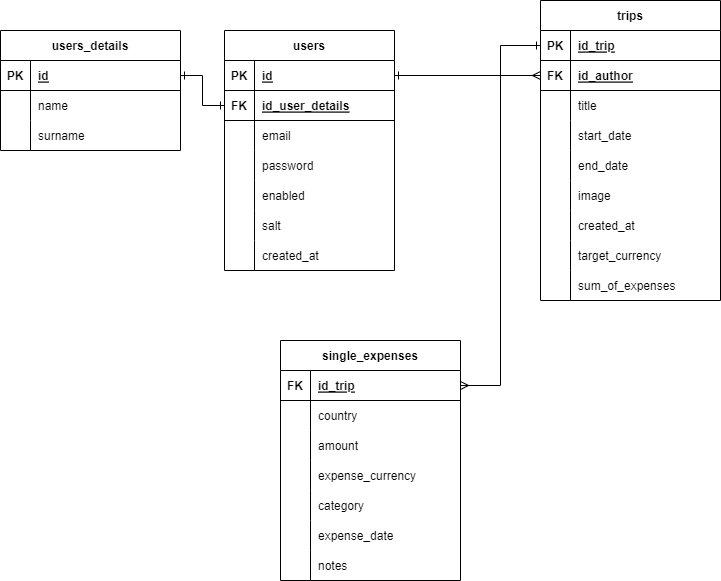
Above: tripsavvy/diagram erd.png in aleksandragoryczka/tripsavvy (draw.io), before the change. Source tidied: cells renumbered, new cells last; positions are measured from the earlier drawing's top-left corner, leaving out a move shared by most shapes. Source of this version:
```xml
<mxGraphModel>
  <root>
    <mxCell id="0" />
    <mxCell id="1" parent="0" />
    <mxCell id="2" value="users" style="shape=table;startSize=30;rowLines=0;fontStyle=1;align=center;" parent="1" vertex="1">
      <mxGeometry x="224" y="30" width="170" height="240" as="geometry" />
    </mxCell>
    <mxCell id="3" style="shape=tableRow;horizontal=0;startSize=0;swimlaneHead=0;swimlaneBody=0;fillColor=none;points=[[0,0.5],[1,0.5]];portConstraint=eastwest;top=0;left=0;right=0;bottom=1;" parent="2" vertex="1">
      <mxGeometry y="30" width="170" height="30" as="geometry" />
    </mxCell>
    <mxCell id="4" value="PK" style="shape=partialRectangle;fillColor=none;top=0;left=0;bottom=0;right=0;fontStyle=1;overflow=hidden;" parent="3" vertex="1">
      <mxGeometry width="30" height="30" as="geometry" />
    </mxCell>
    <mxCell id="5" value="id" style="shape=partialRectangle;fillColor=none;top=0;left=0;bottom=0;right=0;align=left;spacingLeft=6;fontStyle=5;overflow=hidden;" parent="3" vertex="1">
      <mxGeometry x="30" width="140" height="30" as="geometry" />
    </mxCell>
    <mxCell id="6" style="shape=tableRow;horizontal=0;startSize=0;swimlaneHead=0;swimlaneBody=0;fillColor=none;points=[[0,0.5],[1,0.5]];portConstraint=eastwest;top=0;left=0;right=0;bottom=1;" parent="2" vertex="1">
      <mxGeometry y="60" width="170" height="30" as="geometry" />
    </mxCell>
    <mxCell id="7" value="FK" style="shape=partialRectangle;fillColor=none;top=0;left=0;bottom=0;right=0;fontStyle=1;overflow=hidden;" parent="6" vertex="1">
      <mxGeometry width="30" height="30" as="geometry" />
    </mxCell>
    <mxCell id="8" value="id_user_details" style="shape=partialRectangle;fillColor=none;top=0;left=0;bottom=0;right=0;align=left;spacingLeft=6;fontStyle=5;overflow=hidden;" parent="6" vertex="1">
      <mxGeometry x="30" width="140" height="30" as="geometry" />
    </mxCell>
    <mxCell id="9" style="shape=tableRow;horizontal=0;startSize=0;swimlaneHead=0;swimlaneBody=0;fillColor=none;top=0;left=0;right=0;bottom=0;" parent="2" vertex="1">
      <mxGeometry y="90" width="170" height="30" as="geometry" />
    </mxCell>
    <mxCell id="10" style="shape=partialRectangle;fillColor=none;top=0;left=0;bottom=0;right=0;overflow=hidden;" parent="9" vertex="1">
      <mxGeometry width="30" height="30" as="geometry" />
    </mxCell>
    <mxCell id="11" value="email " style="shape=partialRectangle;fillColor=none;top=0;left=0;bottom=0;right=0;align=left;spacingLeft=6;overflow=hidden;" parent="9" vertex="1">
      <mxGeometry x="30" width="140" height="30" as="geometry" />
    </mxCell>
    <mxCell id="12" style="shape=tableRow;horizontal=0;startSize=0;swimlaneHead=0;swimlaneBody=0;fillColor=none;top=0;left=0;right=0;bottom=0;" parent="2" vertex="1">
      <mxGeometry y="120" width="170" height="30" as="geometry" />
    </mxCell>
    <mxCell id="13" style="shape=partialRectangle;fillColor=none;top=0;left=0;bottom=0;right=0;overflow=hidden;" parent="12" vertex="1">
      <mxGeometry width="30" height="30" as="geometry" />
    </mxCell>
    <mxCell id="14" value="password" style="shape=partialRectangle;fillColor=none;top=0;left=0;bottom=0;right=0;align=left;spacingLeft=6;overflow=hidden;" parent="12" vertex="1">
      <mxGeometry x="30" width="140" height="30" as="geometry" />
    </mxCell>
    <mxCell id="15" style="shape=tableRow;horizontal=0;startSize=0;swimlaneHead=0;swimlaneBody=0;fillColor=none;top=0;left=0;right=0;bottom=0;" parent="2" vertex="1">
      <mxGeometry y="150" width="170" height="30" as="geometry" />
    </mxCell>
    <mxCell id="16" style="shape=partialRectangle;fillColor=none;top=0;left=0;bottom=0;right=0;overflow=hidden;" parent="15" vertex="1">
      <mxGeometry width="30" height="30" as="geometry" />
    </mxCell>
    <mxCell id="17" value="enabled" style="shape=partialRectangle;fillColor=none;top=0;left=0;bottom=0;right=0;align=left;spacingLeft=6;overflow=hidden;" parent="15" vertex="1">
      <mxGeometry x="30" width="140" height="30" as="geometry" />
    </mxCell>
    <mxCell id="18" style="shape=tableRow;horizontal=0;startSize=0;swimlaneHead=0;swimlaneBody=0;fillColor=none;top=0;left=0;right=0;bottom=0;" parent="2" vertex="1">
      <mxGeometry y="180" width="170" height="30" as="geometry" />
    </mxCell>
    <mxCell id="19" style="shape=partialRectangle;fillColor=none;top=0;left=0;bottom=0;right=0;overflow=hidden;" parent="18" vertex="1">
      <mxGeometry width="30" height="30" as="geometry" />
    </mxCell>
    <mxCell id="20" value="salt" style="shape=partialRectangle;fillColor=none;top=0;left=0;bottom=0;right=0;align=left;spacingLeft=6;overflow=hidden;" parent="18" vertex="1">
      <mxGeometry x="30" width="140" height="30" as="geometry" />
    </mxCell>
    <mxCell id="21" style="shape=tableRow;horizontal=0;startSize=0;swimlaneHead=0;swimlaneBody=0;fillColor=none;top=0;left=0;right=0;bottom=0;" parent="2" vertex="1">
      <mxGeometry y="210" width="170" height="30" as="geometry" />
    </mxCell>
    <mxCell id="22" style="shape=partialRectangle;fillColor=none;top=0;left=0;bottom=0;right=0;overflow=hidden;" parent="21" vertex="1">
      <mxGeometry width="30" height="30" as="geometry" />
    </mxCell>
    <mxCell id="23" value="created_at" style="shape=partialRectangle;fillColor=none;top=0;left=0;bottom=0;right=0;align=left;spacingLeft=6;overflow=hidden;" parent="21" vertex="1">
      <mxGeometry x="30" width="140" height="30" as="geometry" />
    </mxCell>
    <mxCell id="24" value="users_details" style="shape=table;startSize=30;rowLines=0;fontStyle=1;align=center;" parent="1" vertex="1">
      <mxGeometry y="30" width="180" height="120" as="geometry" />
    </mxCell>
    <mxCell id="25" style="shape=tableRow;horizontal=0;startSize=0;swimlaneHead=0;swimlaneBody=0;fillColor=none;points=[[0,0.5],[1,0.5]];portConstraint=eastwest;top=0;left=0;right=0;bottom=1;" parent="24" vertex="1">
      <mxGeometry y="30" width="180" height="30" as="geometry" />
    </mxCell>
    <mxCell id="26" value="PK" style="shape=partialRectangle;fillColor=none;top=0;left=0;bottom=0;right=0;fontStyle=1;overflow=hidden;" parent="25" vertex="1">
      <mxGeometry width="30" height="30" as="geometry" />
    </mxCell>
    <mxCell id="27" value="id" style="shape=partialRectangle;fillColor=none;top=0;left=0;bottom=0;right=0;align=left;spacingLeft=6;fontStyle=5;overflow=hidden;" parent="25" vertex="1">
      <mxGeometry x="30" width="150" height="30" as="geometry" />
    </mxCell>
    <mxCell id="28" style="shape=tableRow;horizontal=0;startSize=0;swimlaneHead=0;swimlaneBody=0;fillColor=none;top=0;left=0;right=0;bottom=0;" parent="24" vertex="1">
      <mxGeometry y="60" width="180" height="30" as="geometry" />
    </mxCell>
    <mxCell id="29" style="shape=partialRectangle;fillColor=none;top=0;left=0;bottom=0;right=0;overflow=hidden;" parent="28" vertex="1">
      <mxGeometry width="30" height="30" as="geometry" />
    </mxCell>
    <mxCell id="30" value="name" style="shape=partialRectangle;fillColor=none;top=0;left=0;bottom=0;right=0;align=left;spacingLeft=6;overflow=hidden;" parent="28" vertex="1">
      <mxGeometry x="30" width="150" height="30" as="geometry" />
    </mxCell>
    <mxCell id="31" style="shape=tableRow;horizontal=0;startSize=0;swimlaneHead=0;swimlaneBody=0;fillColor=none;top=0;left=0;right=0;bottom=0;" parent="24" vertex="1">
      <mxGeometry y="90" width="180" height="30" as="geometry" />
    </mxCell>
    <mxCell id="32" style="shape=partialRectangle;fillColor=none;top=0;left=0;bottom=0;right=0;overflow=hidden;" parent="31" vertex="1">
      <mxGeometry width="30" height="30" as="geometry" />
    </mxCell>
    <mxCell id="33" value="surname" style="shape=partialRectangle;fillColor=none;top=0;left=0;bottom=0;right=0;align=left;spacingLeft=6;overflow=hidden;" parent="31" vertex="1">
      <mxGeometry x="30" width="150" height="30" as="geometry" />
    </mxCell>
    <mxCell id="34" style="edgeStyle=orthogonalEdgeStyle;rounded=0;jettySize=auto;html=1;exitX=0;exitY=0.5;exitDx=0;exitDy=0;entryX=1;entryY=0.5;entryDx=0;entryDy=0;endArrow=ERone;endFill=0;startArrow=ERone;startFill=0;" parent="1" edge="1" source="6" target="25">
      <mxGeometry relative="1" as="geometry" />
    </mxCell>
    <mxCell id="35" value="trips" style="shape=table;startSize=30;rowLines=0;fontStyle=1;align=center;" parent="1" vertex="1">
      <mxGeometry x="540" width="180" height="300" as="geometry" />
    </mxCell>
    <mxCell id="36" style="shape=tableRow;horizontal=0;startSize=0;swimlaneHead=0;swimlaneBody=0;fillColor=none;points=[[0,0.5],[1,0.5]];portConstraint=eastwest;top=0;left=0;right=0;bottom=1;" parent="35" vertex="1">
      <mxGeometry y="30" width="180" height="30" as="geometry" />
    </mxCell>
    <mxCell id="37" value="PK" style="shape=partialRectangle;fillColor=none;top=0;left=0;bottom=0;right=0;fontStyle=1;overflow=hidden;" parent="36" vertex="1">
      <mxGeometry width="30" height="30" as="geometry" />
    </mxCell>
    <mxCell id="38" value="id_trip" style="shape=partialRectangle;fillColor=none;top=0;left=0;bottom=0;right=0;align=left;spacingLeft=6;fontStyle=5;overflow=hidden;" parent="36" vertex="1">
      <mxGeometry x="30" width="150" height="30" as="geometry" />
    </mxCell>
    <mxCell id="39" style="shape=tableRow;horizontal=0;startSize=0;swimlaneHead=0;swimlaneBody=0;fillColor=none;points=[[0,0.5],[1,0.5]];portConstraint=eastwest;top=0;left=0;right=0;bottom=1;" parent="35" vertex="1">
      <mxGeometry y="60" width="180" height="30" as="geometry" />
    </mxCell>
    <mxCell id="40" value="FK" style="shape=partialRectangle;fillColor=none;top=0;left=0;bottom=0;right=0;fontStyle=1;overflow=hidden;" parent="39" vertex="1">
      <mxGeometry width="30" height="30" as="geometry" />
    </mxCell>
    <mxCell id="41" value="id_author" style="shape=partialRectangle;fillColor=none;top=0;left=0;bottom=0;right=0;align=left;spacingLeft=6;fontStyle=5;overflow=hidden;" parent="39" vertex="1">
      <mxGeometry x="30" width="150" height="30" as="geometry" />
    </mxCell>
    <mxCell id="42" style="shape=tableRow;horizontal=0;startSize=0;swimlaneHead=0;swimlaneBody=0;fillColor=none;top=0;left=0;right=0;bottom=0;" parent="35" vertex="1">
      <mxGeometry y="90" width="180" height="30" as="geometry" />
    </mxCell>
    <mxCell id="43" style="shape=partialRectangle;fillColor=none;top=0;left=0;bottom=0;right=0;overflow=hidden;" parent="42" vertex="1">
      <mxGeometry width="30" height="30" as="geometry" />
    </mxCell>
    <mxCell id="44" value="title" style="shape=partialRectangle;fillColor=none;top=0;left=0;bottom=0;right=0;align=left;spacingLeft=6;overflow=hidden;" parent="42" vertex="1">
      <mxGeometry x="30" width="150" height="30" as="geometry" />
    </mxCell>
    <mxCell id="45" style="shape=tableRow;horizontal=0;startSize=0;swimlaneHead=0;swimlaneBody=0;fillColor=none;top=0;left=0;right=0;bottom=0;" parent="35" vertex="1">
      <mxGeometry y="120" width="180" height="30" as="geometry" />
    </mxCell>
    <mxCell id="46" style="shape=partialRectangle;fillColor=none;top=0;left=0;bottom=0;right=0;overflow=hidden;" parent="45" vertex="1">
      <mxGeometry width="30" height="30" as="geometry" />
    </mxCell>
    <mxCell id="47" value="start_date" style="shape=partialRectangle;fillColor=none;top=0;left=0;bottom=0;right=0;align=left;spacingLeft=6;overflow=hidden;" parent="45" vertex="1">
      <mxGeometry x="30" width="150" height="30" as="geometry" />
    </mxCell>
    <mxCell id="48" style="shape=tableRow;horizontal=0;startSize=0;swimlaneHead=0;swimlaneBody=0;fillColor=none;top=0;left=0;right=0;bottom=0;" parent="35" vertex="1">
      <mxGeometry y="150" width="180" height="30" as="geometry" />
    </mxCell>
    <mxCell id="49" style="shape=partialRectangle;fillColor=none;top=0;left=0;bottom=0;right=0;overflow=hidden;" parent="48" vertex="1">
      <mxGeometry width="30" height="30" as="geometry" />
    </mxCell>
    <mxCell id="50" value="end_date" style="shape=partialRectangle;fillColor=none;top=0;left=0;bottom=0;right=0;align=left;spacingLeft=6;overflow=hidden;" parent="48" vertex="1">
      <mxGeometry x="30" width="150" height="30" as="geometry" />
    </mxCell>
    <mxCell id="51" style="shape=tableRow;horizontal=0;startSize=0;swimlaneHead=0;swimlaneBody=0;fillColor=none;top=0;left=0;right=0;bottom=0;" parent="35" vertex="1">
      <mxGeometry y="180" width="180" height="30" as="geometry" />
    </mxCell>
    <mxCell id="52" style="shape=partialRectangle;fillColor=none;top=0;left=0;bottom=0;right=0;overflow=hidden;" parent="51" vertex="1">
      <mxGeometry width="30" height="30" as="geometry" />
    </mxCell>
    <mxCell id="53" value="image" style="shape=partialRectangle;fillColor=none;top=0;left=0;bottom=0;right=0;align=left;spacingLeft=6;overflow=hidden;" parent="51" vertex="1">
      <mxGeometry x="30" width="150" height="30" as="geometry" />
    </mxCell>
    <mxCell id="54" style="shape=tableRow;horizontal=0;startSize=0;swimlaneHead=0;swimlaneBody=0;fillColor=none;top=0;left=0;right=0;bottom=0;" parent="35" vertex="1">
      <mxGeometry y="210" width="180" height="30" as="geometry" />
    </mxCell>
    <mxCell id="55" style="shape=partialRectangle;fillColor=none;top=0;left=0;bottom=0;right=0;overflow=hidden;" parent="54" vertex="1">
      <mxGeometry width="30" height="30" as="geometry" />
    </mxCell>
    <mxCell id="56" value="created_at" style="shape=partialRectangle;fillColor=none;top=0;left=0;bottom=0;right=0;align=left;spacingLeft=6;overflow=hidden;" parent="54" vertex="1">
      <mxGeometry x="30" width="150" height="30" as="geometry" />
    </mxCell>
    <mxCell id="57" style="shape=tableRow;horizontal=0;startSize=0;swimlaneHead=0;swimlaneBody=0;fillColor=none;top=0;left=0;right=0;bottom=0;" parent="35" vertex="1">
      <mxGeometry y="240" width="180" height="30" as="geometry" />
    </mxCell>
    <mxCell id="58" style="shape=partialRectangle;fillColor=none;top=0;left=0;bottom=0;right=0;overflow=hidden;" parent="57" vertex="1">
      <mxGeometry width="30" height="30" as="geometry" />
    </mxCell>
    <mxCell id="59" value="target_currency" style="shape=partialRectangle;fillColor=none;top=0;left=0;bottom=0;right=0;align=left;spacingLeft=6;overflow=hidden;" parent="57" vertex="1">
      <mxGeometry x="30" width="150" height="30" as="geometry" />
    </mxCell>
    <mxCell id="60" style="shape=tableRow;horizontal=0;startSize=0;swimlaneHead=0;swimlaneBody=0;fillColor=none;top=0;left=0;right=0;bottom=0;" parent="35" vertex="1">
      <mxGeometry y="270" width="180" height="30" as="geometry" />
    </mxCell>
    <mxCell id="61" style="shape=partialRectangle;fillColor=none;top=0;left=0;bottom=0;right=0;overflow=hidden;" parent="60" vertex="1">
      <mxGeometry width="30" height="30" as="geometry" />
    </mxCell>
    <mxCell id="62" value="sum_of_expenses" style="shape=partialRectangle;fillColor=none;top=0;left=0;bottom=0;right=0;align=left;spacingLeft=6;overflow=hidden;" parent="60" vertex="1">
      <mxGeometry x="30" width="150" height="30" as="geometry" />
    </mxCell>
    <mxCell id="63" style="edgeStyle=orthogonalEdgeStyle;rounded=0;jettySize=auto;html=1;exitX=0;exitY=0.5;exitDx=0;exitDy=0;entryX=1;entryY=0.5;entryDx=0;entryDy=0;startArrow=ERmany;startFill=0;endArrow=ERone;endFill=0;" parent="1" edge="1" source="39" target="3">
      <mxGeometry relative="1" as="geometry" />
    </mxCell>
    <mxCell id="64" value="single_expenses" style="shape=table;startSize=30;rowLines=0;fontStyle=1;align=center;" parent="1" vertex="1">
      <mxGeometry x="280" y="340" width="180" height="240" as="geometry" />
    </mxCell>
    <mxCell id="65" style="shape=tableRow;horizontal=0;startSize=0;swimlaneHead=0;swimlaneBody=0;fillColor=none;points=[[0,0.5],[1,0.5]];portConstraint=eastwest;top=0;left=0;right=0;bottom=1;" parent="64" vertex="1">
      <mxGeometry y="30" width="180" height="30" as="geometry" />
    </mxCell>
    <mxCell id="66" value="FK" style="shape=partialRectangle;fillColor=none;top=0;left=0;bottom=0;right=0;fontStyle=1;overflow=hidden;" parent="65" vertex="1">
      <mxGeometry width="30" height="30" as="geometry" />
    </mxCell>
    <mxCell id="67" value="id_trip" style="shape=partialRectangle;fillColor=none;top=0;left=0;bottom=0;right=0;align=left;spacingLeft=6;fontStyle=5;overflow=hidden;" parent="65" vertex="1">
      <mxGeometry x="30" width="150" height="30" as="geometry" />
    </mxCell>
    <mxCell id="68" style="shape=tableRow;horizontal=0;startSize=0;swimlaneHead=0;swimlaneBody=0;fillColor=none;top=0;left=0;right=0;bottom=0;" parent="64" vertex="1">
      <mxGeometry y="60" width="180" height="30" as="geometry" />
    </mxCell>
    <mxCell id="69" style="shape=partialRectangle;fillColor=none;top=0;left=0;bottom=0;right=0;overflow=hidden;" parent="68" vertex="1">
      <mxGeometry width="30" height="30" as="geometry" />
    </mxCell>
    <mxCell id="70" value="country" style="shape=partialRectangle;fillColor=none;top=0;left=0;bottom=0;right=0;align=left;spacingLeft=6;overflow=hidden;" parent="68" vertex="1">
      <mxGeometry x="30" width="150" height="30" as="geometry" />
    </mxCell>
    <mxCell id="71" style="shape=tableRow;horizontal=0;startSize=0;swimlaneHead=0;swimlaneBody=0;fillColor=none;top=0;left=0;right=0;bottom=0;" parent="64" vertex="1">
      <mxGeometry y="90" width="180" height="30" as="geometry" />
    </mxCell>
    <mxCell id="72" style="shape=partialRectangle;fillColor=none;top=0;left=0;bottom=0;right=0;overflow=hidden;" parent="71" vertex="1">
      <mxGeometry width="30" height="30" as="geometry" />
    </mxCell>
    <mxCell id="73" value="amount" style="shape=partialRectangle;fillColor=none;top=0;left=0;bottom=0;right=0;align=left;spacingLeft=6;overflow=hidden;" parent="71" vertex="1">
      <mxGeometry x="30" width="150" height="30" as="geometry" />
    </mxCell>
    <mxCell id="74" style="shape=tableRow;horizontal=0;startSize=0;swimlaneHead=0;swimlaneBody=0;fillColor=none;top=0;left=0;right=0;bottom=0;" parent="64" vertex="1">
      <mxGeometry y="120" width="180" height="30" as="geometry" />
    </mxCell>
    <mxCell id="75" style="shape=partialRectangle;fillColor=none;top=0;left=0;bottom=0;right=0;overflow=hidden;" parent="74" vertex="1">
      <mxGeometry width="30" height="30" as="geometry" />
    </mxCell>
    <mxCell id="76" value="expense_currency" style="shape=partialRectangle;fillColor=none;top=0;left=0;bottom=0;right=0;align=left;spacingLeft=6;overflow=hidden;" parent="74" vertex="1">
      <mxGeometry x="30" width="150" height="30" as="geometry" />
    </mxCell>
    <mxCell id="77" style="shape=tableRow;horizontal=0;startSize=0;swimlaneHead=0;swimlaneBody=0;fillColor=none;top=0;left=0;right=0;bottom=0;" parent="64" vertex="1">
      <mxGeometry y="150" width="180" height="30" as="geometry" />
    </mxCell>
    <mxCell id="78" style="shape=partialRectangle;fillColor=none;top=0;left=0;bottom=0;right=0;overflow=hidden;" parent="77" vertex="1">
      <mxGeometry width="30" height="30" as="geometry" />
    </mxCell>
    <mxCell id="79" value="category" style="shape=partialRectangle;fillColor=none;top=0;left=0;bottom=0;right=0;align=left;spacingLeft=6;overflow=hidden;" parent="77" vertex="1">
      <mxGeometry x="30" width="150" height="30" as="geometry" />
    </mxCell>
    <mxCell id="80" style="shape=tableRow;horizontal=0;startSize=0;swimlaneHead=0;swimlaneBody=0;fillColor=none;top=0;left=0;right=0;bottom=0;" parent="64" vertex="1">
      <mxGeometry y="180" width="180" height="30" as="geometry" />
    </mxCell>
    <mxCell id="81" style="shape=partialRectangle;fillColor=none;top=0;left=0;bottom=0;right=0;overflow=hidden;" parent="80" vertex="1">
      <mxGeometry width="30" height="30" as="geometry" />
    </mxCell>
    <mxCell id="82" value="expense_date" style="shape=partialRectangle;fillColor=none;top=0;left=0;bottom=0;right=0;align=left;spacingLeft=6;overflow=hidden;" parent="80" vertex="1">
      <mxGeometry x="30" width="150" height="30" as="geometry" />
    </mxCell>
    <mxCell id="83" style="shape=tableRow;horizontal=0;startSize=0;swimlaneHead=0;swimlaneBody=0;fillColor=none;top=0;left=0;right=0;bottom=0;" parent="64" vertex="1">
      <mxGeometry y="210" width="180" height="30" as="geometry" />
    </mxCell>
    <mxCell id="84" style="shape=partialRectangle;fillColor=none;top=0;left=0;bottom=0;right=0;overflow=hidden;" parent="83" vertex="1">
      <mxGeometry width="30" height="30" as="geometry" />
    </mxCell>
    <mxCell id="85" value="notes" style="shape=partialRectangle;fillColor=none;top=0;left=0;bottom=0;right=0;align=left;spacingLeft=6;overflow=hidden;" parent="83" vertex="1">
      <mxGeometry x="30" width="150" height="30" as="geometry" />
    </mxCell>
    <mxCell id="86" style="edgeStyle=orthogonalEdgeStyle;rounded=0;jettySize=auto;html=1;exitX=0;exitY=0.5;exitDx=0;exitDy=0;entryX=1;entryY=0.5;entryDx=0;entryDy=0;startArrow=ERone;startFill=0;endArrow=ERmany;endFill=0;" parent="1" edge="1" source="36" target="65">
      <mxGeometry relative="1" as="geometry" />
    </mxCell>
  </root>
</mxGraphModel>
```
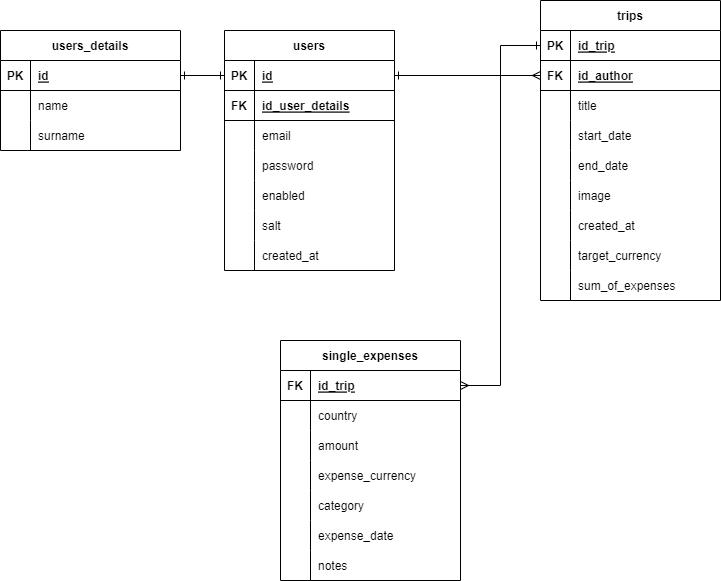
The same diagram one commit later.

What changed in the source:
```diff
@@ -98,7 +98,7 @@
     <mxCell id="33" value="surname" style="shape=partialRectangle;fillColor=none;top=0;left=0;bottom=0;right=0;align=left;spacingLeft=6;overflow=hidden;" parent="31" vertex="1">
       <mxGeometry x="30" width="150" height="30" as="geometry" />
     </mxCell>
-    <mxCell id="34" style="edgeStyle=orthogonalEdgeStyle;rounded=0;jettySize=auto;html=1;exitX=0;exitY=0.5;exitDx=0;exitDy=0;entryX=1;entryY=0.5;entryDx=0;entryDy=0;endArrow=ERone;endFill=0;startArrow=ERone;startFill=0;" parent="1" edge="1" source="6" target="25">
+    <mxCell id="34" style="edgeStyle=orthogonalEdgeStyle;rounded=0;jettySize=auto;html=1;exitX=0;exitY=0.5;exitDx=0;exitDy=0;entryX=1;entryY=0.5;entryDx=0;entryDy=0;endArrow=ERone;endFill=0;startArrow=ERone;startFill=0;" parent="1" edge="1" source="3" target="25">
       <mxGeometry relative="1" as="geometry" />
     </mxCell>
     <mxCell id="35" value="trips" style="shape=table;startSize=30;rowLines=0;fontStyle=1;align=center;" parent="1" vertex="1">
```
